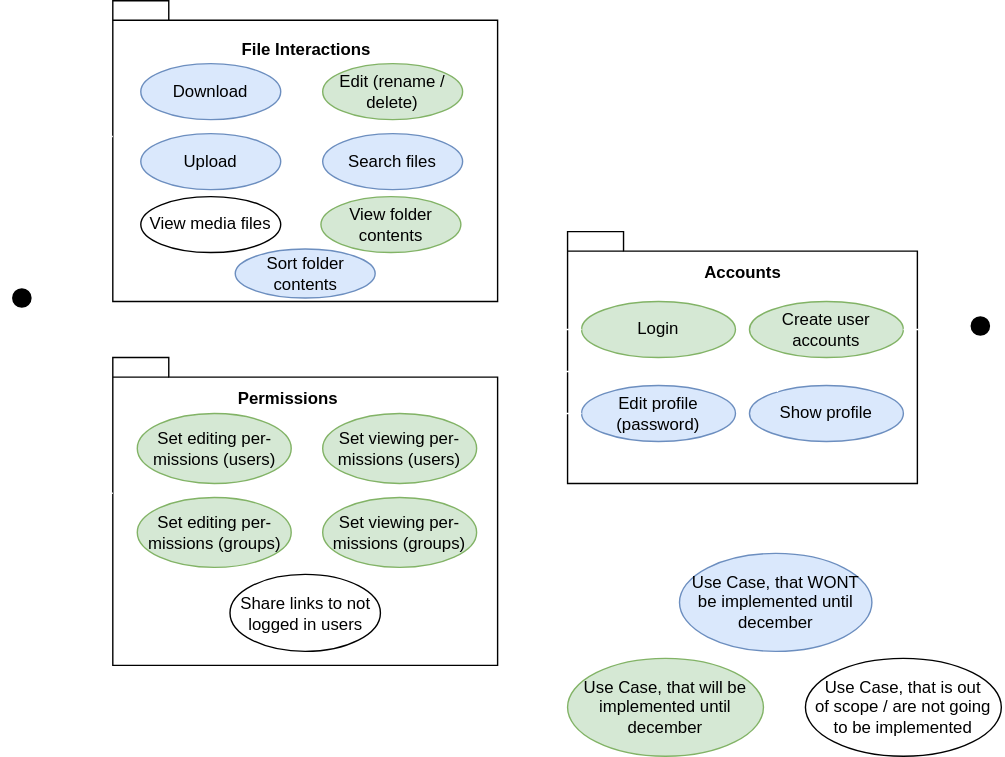
Above: wiki/usecases.svg in FileFighter/filefighter.github.io (draw.io), before the change. Source tidied: cells renumbered, new cells last; positions are measured from the earlier drawing's top-left corner, leaving out a move shared by most shapes.
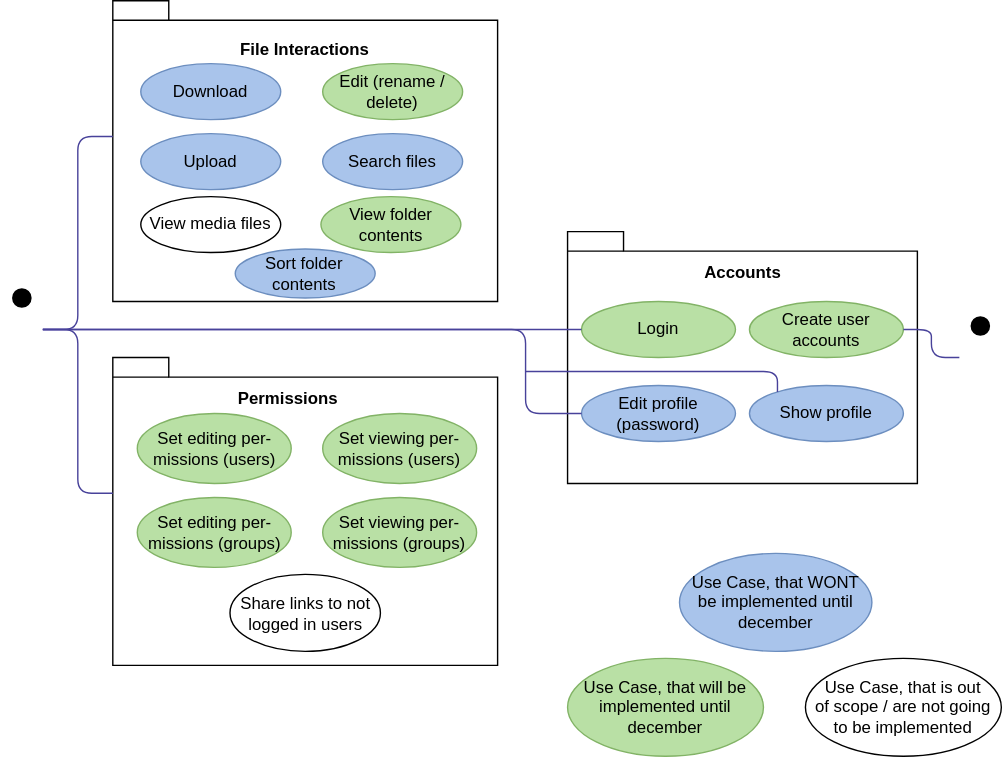
The same file after the commit.

Diff of the diagram source:
```diff
@@ -23,16 +23,16 @@
     <mxCell id="8" value="Accounts" style="text;html=1;align=center;verticalAlign=middle;fontStyle=1;" parent="1" vertex="1">
       <mxGeometry x="495" y="185" width="70" height="20" as="geometry" />
     </mxCell>
-    <mxCell id="9" value="Download" style="ellipse;whiteSpace=wrap;html=1;fillColor=#dae8fc;strokeColor=#6c8ebf;" parent="1" vertex="1">
+    <mxCell id="9" value="Download" style="ellipse;whiteSpace=wrap;html=1;strokeColor=#6c8ebf;fillColor=#A9C4EB;" parent="1" vertex="1">
       <mxGeometry x="100" y="45" width="100" height="40" as="geometry" />
     </mxCell>
-    <mxCell id="10" value="View folder contents" style="ellipse;whiteSpace=wrap;html=1;fillColor=#d5e8d4;strokeColor=#82b366;" parent="1" vertex="1">
+    <mxCell id="10" value="View folder contents" style="ellipse;whiteSpace=wrap;html=1;strokeColor=#82b366;fillColor=#B9E0A5;" parent="1" vertex="1">
       <mxGeometry x="228.8" y="140" width="100" height="40" as="geometry" />
     </mxCell>
-    <mxCell id="11" value="Edit (rename / delete)" style="ellipse;whiteSpace=wrap;html=1;fillColor=#d5e8d4;strokeColor=#82b366;" parent="1" vertex="1">
+    <mxCell id="11" value="Edit (rename / delete)" style="ellipse;whiteSpace=wrap;html=1;strokeColor=#82b366;fillColor=#B9E0A5;" parent="1" vertex="1">
       <mxGeometry x="230" y="45" width="100" height="40" as="geometry" />
     </mxCell>
-    <mxCell id="12" value="Set editing per-missions (users)" style="ellipse;whiteSpace=wrap;html=1;fillColor=#d5e8d4;strokeColor=#82b366;" parent="1" vertex="1">
+    <mxCell id="12" value="Set editing per-missions (users)" style="ellipse;whiteSpace=wrap;html=1;strokeColor=#82b366;fillColor=#B9E0A5;" parent="1" vertex="1">
       <mxGeometry x="97.5" y="295" width="110" height="50" as="geometry" />
     </mxCell>
     <mxCell id="13" value="&lt;font color=&quot;#ffffff&quot;&gt;Admin&lt;/font&gt;" style="shape=umlActor;verticalLabelPosition=bottom;verticalAlign=top;html=1;fillColor=#000000;strokeColor=#FFFFFF;" parent="1" vertex="1">
@@ -41,39 +41,39 @@
     <mxCell id="14" value="View media files" style="ellipse;whiteSpace=wrap;html=1;" parent="1" vertex="1">
       <mxGeometry x="100" y="140" width="100" height="40" as="geometry" />
     </mxCell>
-    <mxCell id="15" value="Set viewing per-missions (users)" style="ellipse;whiteSpace=wrap;html=1;fillColor=#d5e8d4;strokeColor=#82b366;" parent="1" vertex="1">
+    <mxCell id="15" value="Set viewing per-missions (users)" style="ellipse;whiteSpace=wrap;html=1;strokeColor=#82b366;fillColor=#B9E0A5;" parent="1" vertex="1">
       <mxGeometry x="230" y="295" width="110" height="50" as="geometry" />
     </mxCell>
-    <mxCell id="16" value="Set editing per-missions (groups)" style="ellipse;whiteSpace=wrap;html=1;fillColor=#d5e8d4;strokeColor=#82b366;" parent="1" vertex="1">
+    <mxCell id="16" value="Set editing per-missions (groups)" style="ellipse;whiteSpace=wrap;html=1;strokeColor=#82b366;fillColor=#B9E0A5;" parent="1" vertex="1">
       <mxGeometry x="97.5" y="355" width="110" height="50" as="geometry" />
     </mxCell>
-    <mxCell id="17" value="Set viewing per-missions (groups)" style="ellipse;whiteSpace=wrap;html=1;fillColor=#d5e8d4;strokeColor=#82b366;" parent="1" vertex="1">
+    <mxCell id="17" value="Set viewing per-missions (groups)" style="ellipse;whiteSpace=wrap;html=1;strokeColor=#82b366;fillColor=#B9E0A5;" parent="1" vertex="1">
       <mxGeometry x="230" y="355" width="110" height="50" as="geometry" />
     </mxCell>
-    <mxCell id="18" value="Login" style="ellipse;whiteSpace=wrap;html=1;fillColor=#d5e8d4;strokeColor=#82b366;" parent="1" vertex="1">
+    <mxCell id="18" value="Login" style="ellipse;whiteSpace=wrap;html=1;strokeColor=#82b366;fillColor=#B9E0A5;" parent="1" vertex="1">
       <mxGeometry x="415" y="215" width="110" height="40" as="geometry" />
     </mxCell>
-    <mxCell id="19" value="Edit profile (password)" style="ellipse;whiteSpace=wrap;html=1;fillColor=#dae8fc;strokeColor=#6c8ebf;" parent="1" vertex="1">
+    <mxCell id="19" value="Edit profile (password)" style="ellipse;whiteSpace=wrap;html=1;strokeColor=#6c8ebf;fillColor=#A9C4EB;" parent="1" vertex="1">
       <mxGeometry x="415" y="275" width="110" height="40" as="geometry" />
     </mxCell>
-    <mxCell id="20" value="Show profile" style="ellipse;whiteSpace=wrap;html=1;fillColor=#dae8fc;strokeColor=#6c8ebf;" parent="1" vertex="1">
+    <mxCell id="20" value="Show profile" style="ellipse;whiteSpace=wrap;html=1;strokeColor=#6c8ebf;fillColor=#A9C4EB;" parent="1" vertex="1">
       <mxGeometry x="535" y="275" width="110" height="40" as="geometry" />
     </mxCell>
-    <mxCell id="21" value="Create user accounts" style="ellipse;whiteSpace=wrap;html=1;fillColor=#d5e8d4;strokeColor=#82b366;" parent="1" vertex="1">
+    <mxCell id="21" value="Create user accounts" style="ellipse;whiteSpace=wrap;html=1;strokeColor=#82b366;fillColor=#B9E0A5;" parent="1" vertex="1">
       <mxGeometry x="535" y="215" width="110" height="40" as="geometry" />
     </mxCell>
-    <mxCell id="22" style="endArrow=none;html=1;edgeStyle=orthogonalEdgeStyle;entryX=0;entryY=0;entryDx=0;entryDy=97;entryPerimeter=0;strokeColor=#FFFFFF;" parent="1" edge="1" source="2" target="3">
+    <mxCell id="22" style="endArrow=none;html=1;edgeStyle=orthogonalEdgeStyle;entryX=0;entryY=0;entryDx=0;entryDy=97;entryPerimeter=0;strokeColor=#48429A;" parent="1" edge="1" source="2" target="3">
       <mxGeometry relative="1" as="geometry" />
     </mxCell>
-    <mxCell id="23" style="endArrow=none;html=1;edgeStyle=orthogonalEdgeStyle;entryX=0;entryY=0;entryDx=0;entryDy=97;entryPerimeter=0;strokeColor=#FFFFFF;" parent="1" edge="1" target="5">
+    <mxCell id="23" style="endArrow=none;html=1;edgeStyle=orthogonalEdgeStyle;entryX=0;entryY=0;entryDx=0;entryDy=97;entryPerimeter=0;strokeColor=#48429A;" parent="1" edge="1" target="5">
       <mxGeometry relative="1" as="geometry">
         <mxPoint x="30" y="235" as="sourcePoint" />
       </mxGeometry>
     </mxCell>
-    <mxCell id="24" style="endArrow=none;html=1;edgeStyle=orthogonalEdgeStyle;strokeColor=#FFFFFF;" parent="1" edge="1" source="2" target="18">
+    <mxCell id="24" style="endArrow=none;html=1;edgeStyle=orthogonalEdgeStyle;strokeColor=#48429A;" parent="1" edge="1" source="2" target="18">
       <mxGeometry relative="1" as="geometry" />
     </mxCell>
-    <mxCell id="25" style="endArrow=none;html=1;edgeStyle=orthogonalEdgeStyle;strokeColor=#FFFFFF;" parent="1" edge="1" source="2" target="19">
+    <mxCell id="25" style="endArrow=none;html=1;edgeStyle=orthogonalEdgeStyle;strokeColor=#48429A;" parent="1" edge="1" source="2" target="19">
       <mxGeometry relative="1" as="geometry">
         <Array as="points">
           <mxPoint x="375" y="235" />
@@ -81,24 +81,24 @@
         </Array>
       </mxGeometry>
     </mxCell>
-    <mxCell id="26" value="Use Case, that will be implemented until december" style="ellipse;whiteSpace=wrap;html=1;fillColor=#d5e8d4;strokeColor=#82b366;" parent="1" vertex="1">
+    <mxCell id="26" value="Use Case, that will be implemented until december" style="ellipse;whiteSpace=wrap;html=1;strokeColor=#82b366;fillColor=#B9E0A5;" parent="1" vertex="1">
       <mxGeometry x="405" y="470" width="140" height="70" as="geometry" />
     </mxCell>
     <mxCell id="27" value="&lt;b&gt;&lt;font color=&quot;#ffffff&quot;&gt;LEGEND:&lt;/font&gt;&lt;/b&gt;" style="text;html=1;align=center;verticalAlign=middle;" parent="1" vertex="1">
       <mxGeometry x="515" y="365" width="70" height="20" as="geometry" />
     </mxCell>
-    <mxCell id="28" value="Use Case, that WONT&lt;br&gt;be implemented until december" style="ellipse;whiteSpace=wrap;html=1;fillColor=#dae8fc;strokeColor=#6c8ebf;" parent="1" vertex="1">
+    <mxCell id="28" value="Use Case, that WONT&lt;br&gt;be implemented until december" style="ellipse;whiteSpace=wrap;html=1;strokeColor=#6c8ebf;fillColor=#A9C4EB;" parent="1" vertex="1">
       <mxGeometry x="485" y="395" width="137.5" height="70" as="geometry" />
     </mxCell>
     <mxCell id="29" value="Use Case, that is out &lt;br&gt;of scope / are not going to be implemented" style="ellipse;whiteSpace=wrap;html=1;" parent="1" vertex="1">
       <mxGeometry x="575" y="470" width="140" height="70" as="geometry" />
     </mxCell>
-    <mxCell id="30" style="endArrow=none;html=1;edgeStyle=orthogonalEdgeStyle;strokeColor=#FFFFFF;" parent="1" edge="1" target="21">
+    <mxCell id="30" style="endArrow=none;html=1;edgeStyle=orthogonalEdgeStyle;strokeColor=#48429A;" parent="1" edge="1" target="21">
       <mxGeometry relative="1" as="geometry">
         <mxPoint x="685" y="255" as="sourcePoint" />
       </mxGeometry>
     </mxCell>
-    <mxCell id="31" style="endArrow=none;html=1;edgeStyle=orthogonalEdgeStyle;strokeColor=#FFFFFF;" parent="1" edge="1" target="20">
+    <mxCell id="31" style="endArrow=none;html=1;edgeStyle=orthogonalEdgeStyle;strokeColor=#48429A;" parent="1" edge="1" target="20">
       <mxGeometry relative="1" as="geometry">
         <mxPoint x="375" y="265" as="sourcePoint" />
         <Array as="points">
@@ -109,13 +109,13 @@
     <mxCell id="32" value="Share links to not logged in users" style="ellipse;whiteSpace=wrap;html=1;" parent="1" vertex="1">
       <mxGeometry x="163.8" y="410" width="107.5" height="55" as="geometry" />
     </mxCell>
-    <mxCell id="33" value="Upload" style="ellipse;whiteSpace=wrap;html=1;fillColor=#dae8fc;strokeColor=#6c8ebf;" parent="1" vertex="1">
+    <mxCell id="33" value="Upload" style="ellipse;whiteSpace=wrap;html=1;strokeColor=#6c8ebf;fillColor=#A9C4EB;" parent="1" vertex="1">
       <mxGeometry x="100" y="95" width="100" height="40" as="geometry" />
     </mxCell>
-    <mxCell id="34" value="Search files" style="ellipse;whiteSpace=wrap;html=1;fillColor=#dae8fc;strokeColor=#6c8ebf;" parent="1" vertex="1">
+    <mxCell id="34" value="Search files" style="ellipse;whiteSpace=wrap;html=1;strokeColor=#6c8ebf;fillColor=#A9C4EB;" parent="1" vertex="1">
       <mxGeometry x="230" y="95" width="100" height="40" as="geometry" />
     </mxCell>
-    <mxCell id="35" value="Sort folder contents" style="ellipse;whiteSpace=wrap;html=1;fillColor=#dae8fc;strokeColor=#6c8ebf;" parent="1" vertex="1">
+    <mxCell id="35" value="Sort folder contents" style="ellipse;whiteSpace=wrap;html=1;strokeColor=#6c8ebf;fillColor=#A9C4EB;" parent="1" vertex="1">
       <mxGeometry x="167.5" y="177.5" width="100" height="35" as="geometry" />
     </mxCell>
   </root>
```
